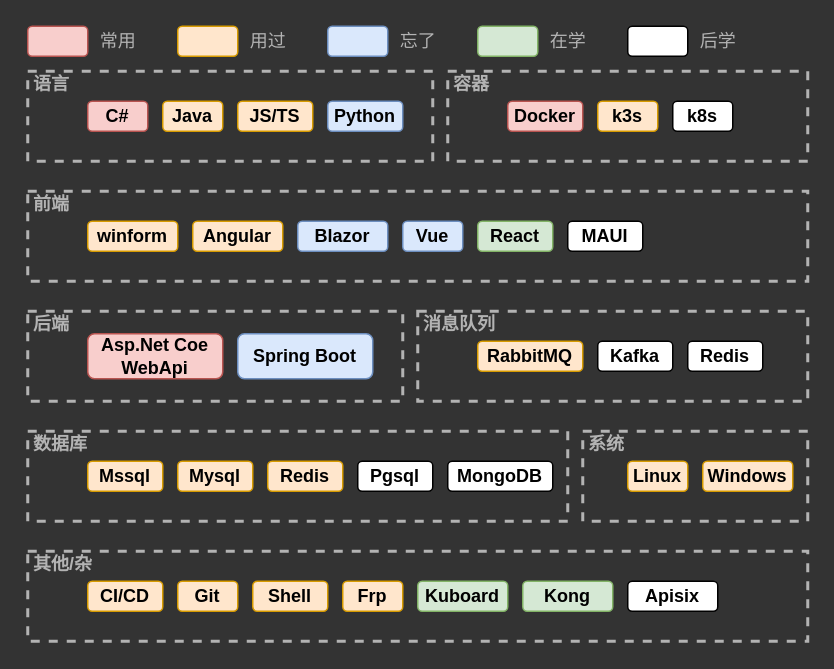
The draw.io diagram static/img/drawio/技术栈.drawio in CollapseNav/CollapseNav.Net.Tool-Doc, before the edit. Source tidied: cells renumbered, new cells numbered last; positions are measured from the earlier drawing's top-left corner, leaving out a move shared by most shapes. Both pictures are drawn from the tidied source at 150%, with x=0, y=0 at pixel (27, 26).
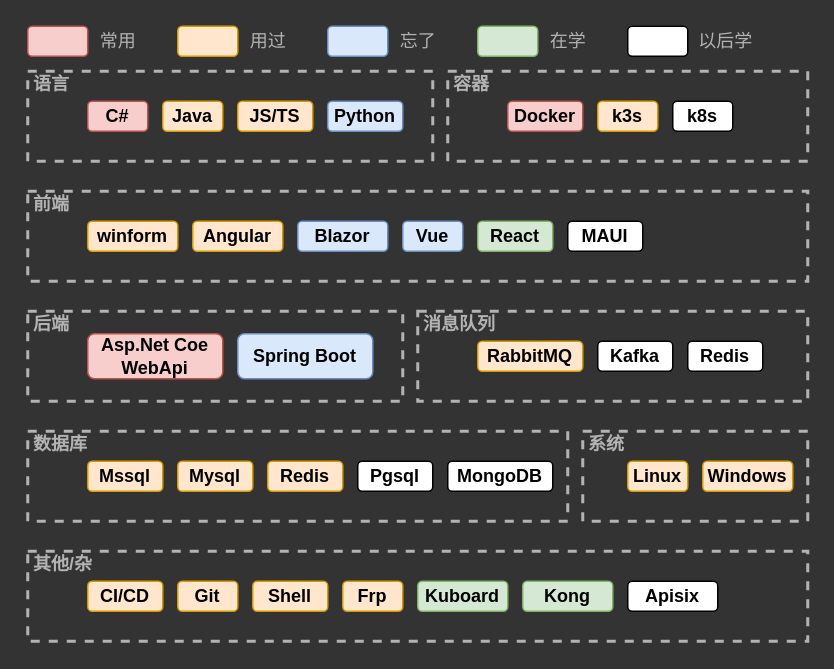
The same diagram, later.

Commit message (it also covers changes not shown here):
docs: 更新技术栈图, 修改ci下的排序, 添加 对象池封装 的第二版

What changed in the source:
```diff
@@
     <mxCell id="2" style="group;" parent="1" vertex="1">
-      <mxGeometry width="480" height="20" as="geometry" />
+      <mxGeometry width="485" height="20" as="geometry" />
     </mxCell>
@@
-    <mxCell id="12" value="&lt;font color=&quot;#b3b3b3&quot;&gt;后学&lt;/font&gt;" style="text;html=1;align=center;verticalAlign=middle;fillColor=none;strokeColor=none;rounded=0;" parent="2" vertex="1">
-      <mxGeometry x="440" width="40" height="20" as="geometry" />
+    <mxCell id="12" value="&lt;font color=&quot;#b3b3b3&quot;&gt;以后学&lt;/font&gt;" style="text;html=1;align=center;verticalAlign=middle;fillColor=none;strokeColor=none;rounded=0;" parent="2" vertex="1">
+      <mxGeometry x="440" width="50" height="20" as="geometry" />
     </mxCell>
```
